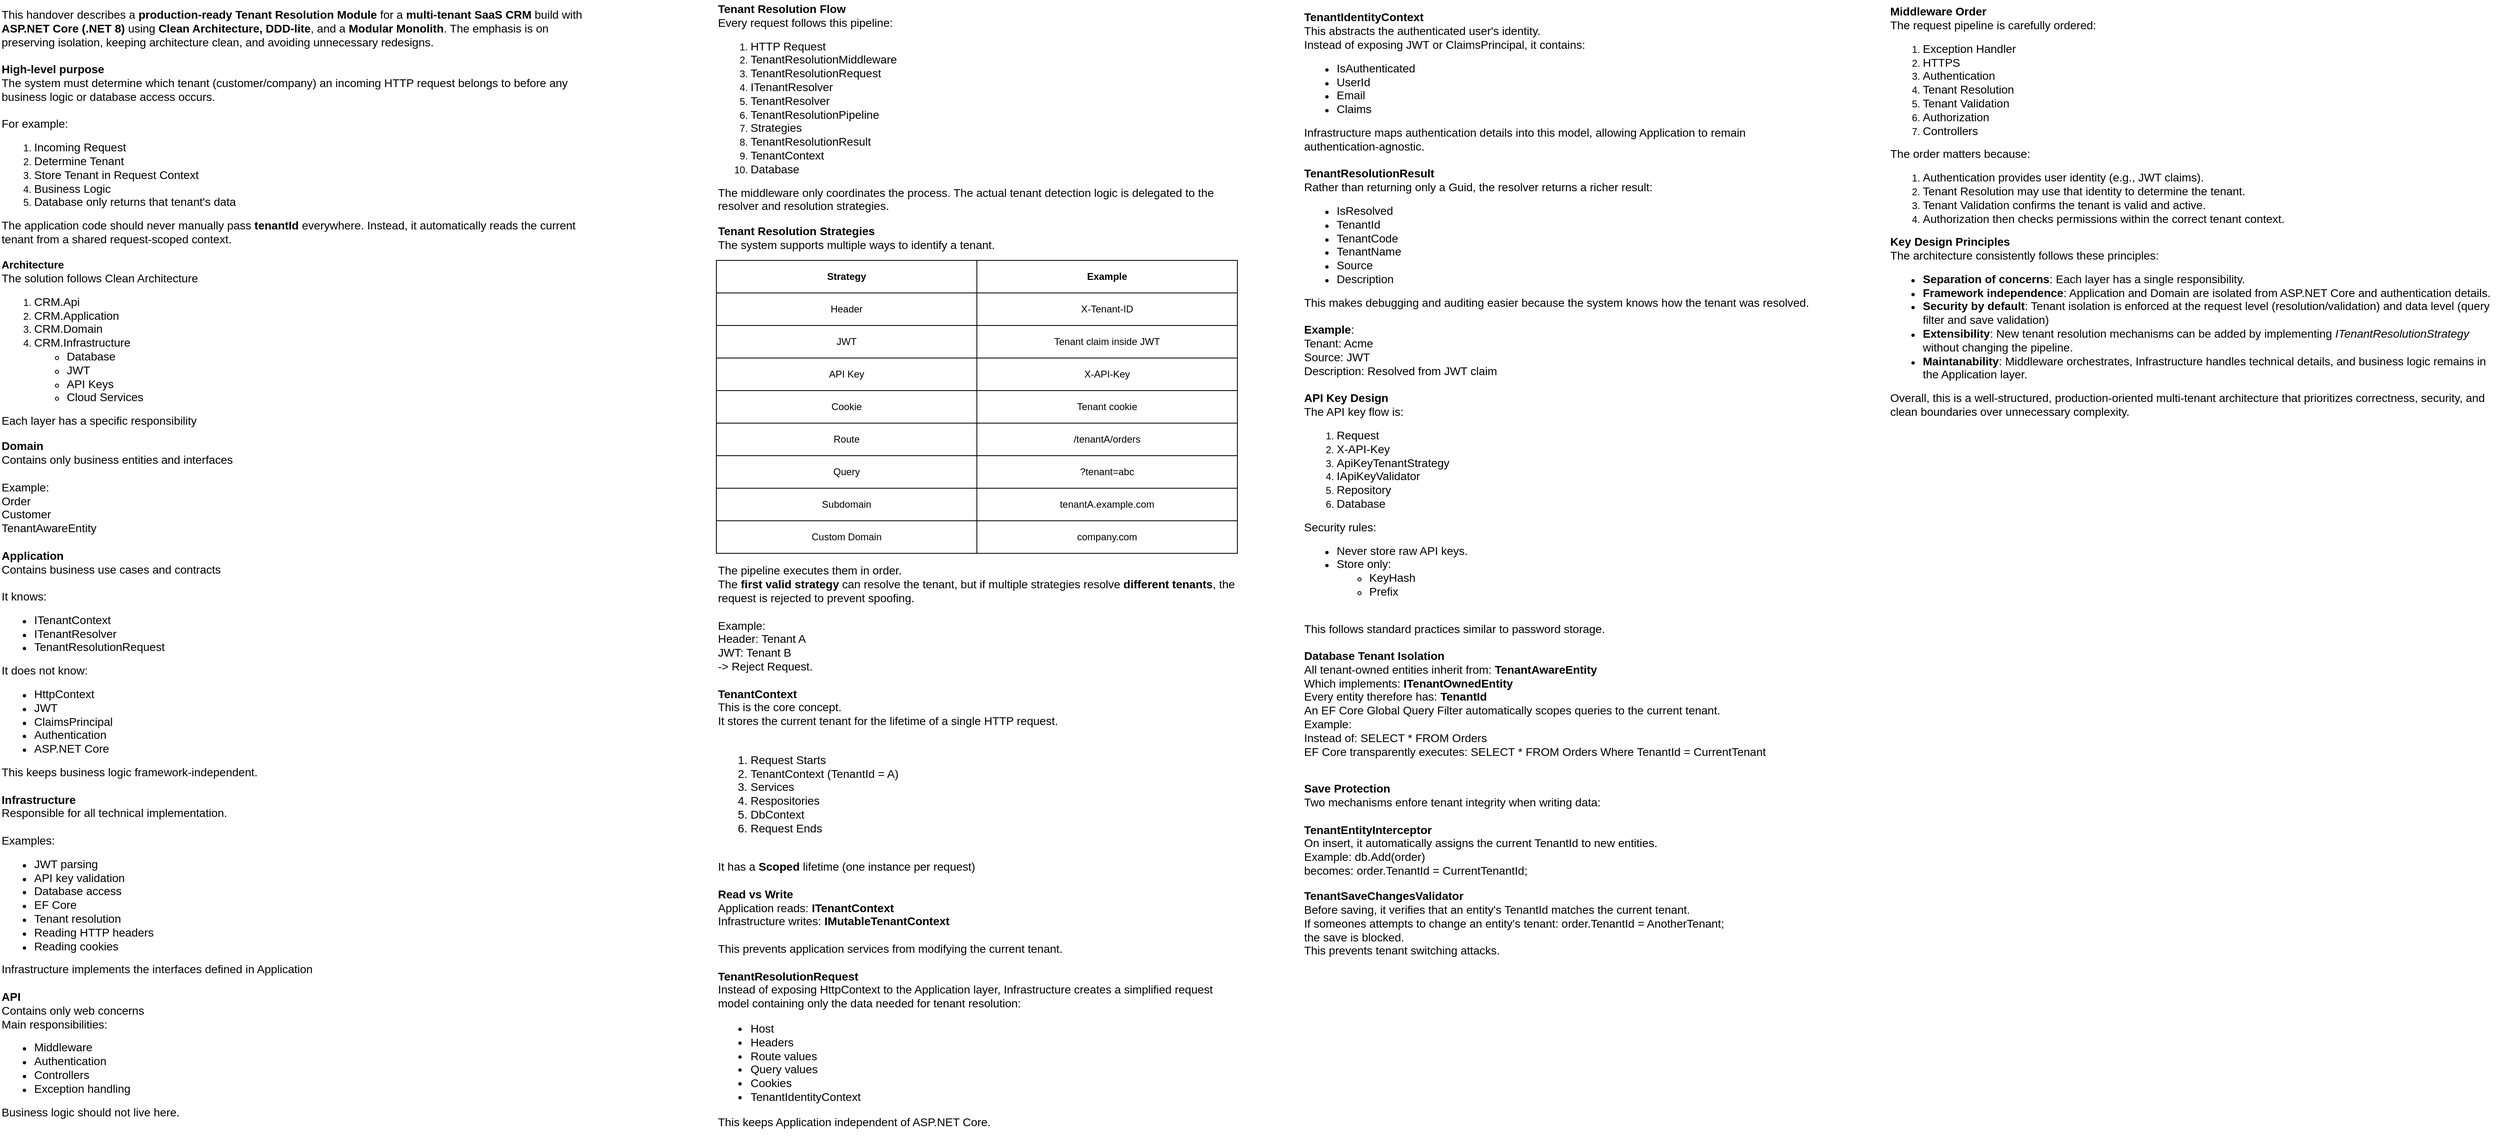
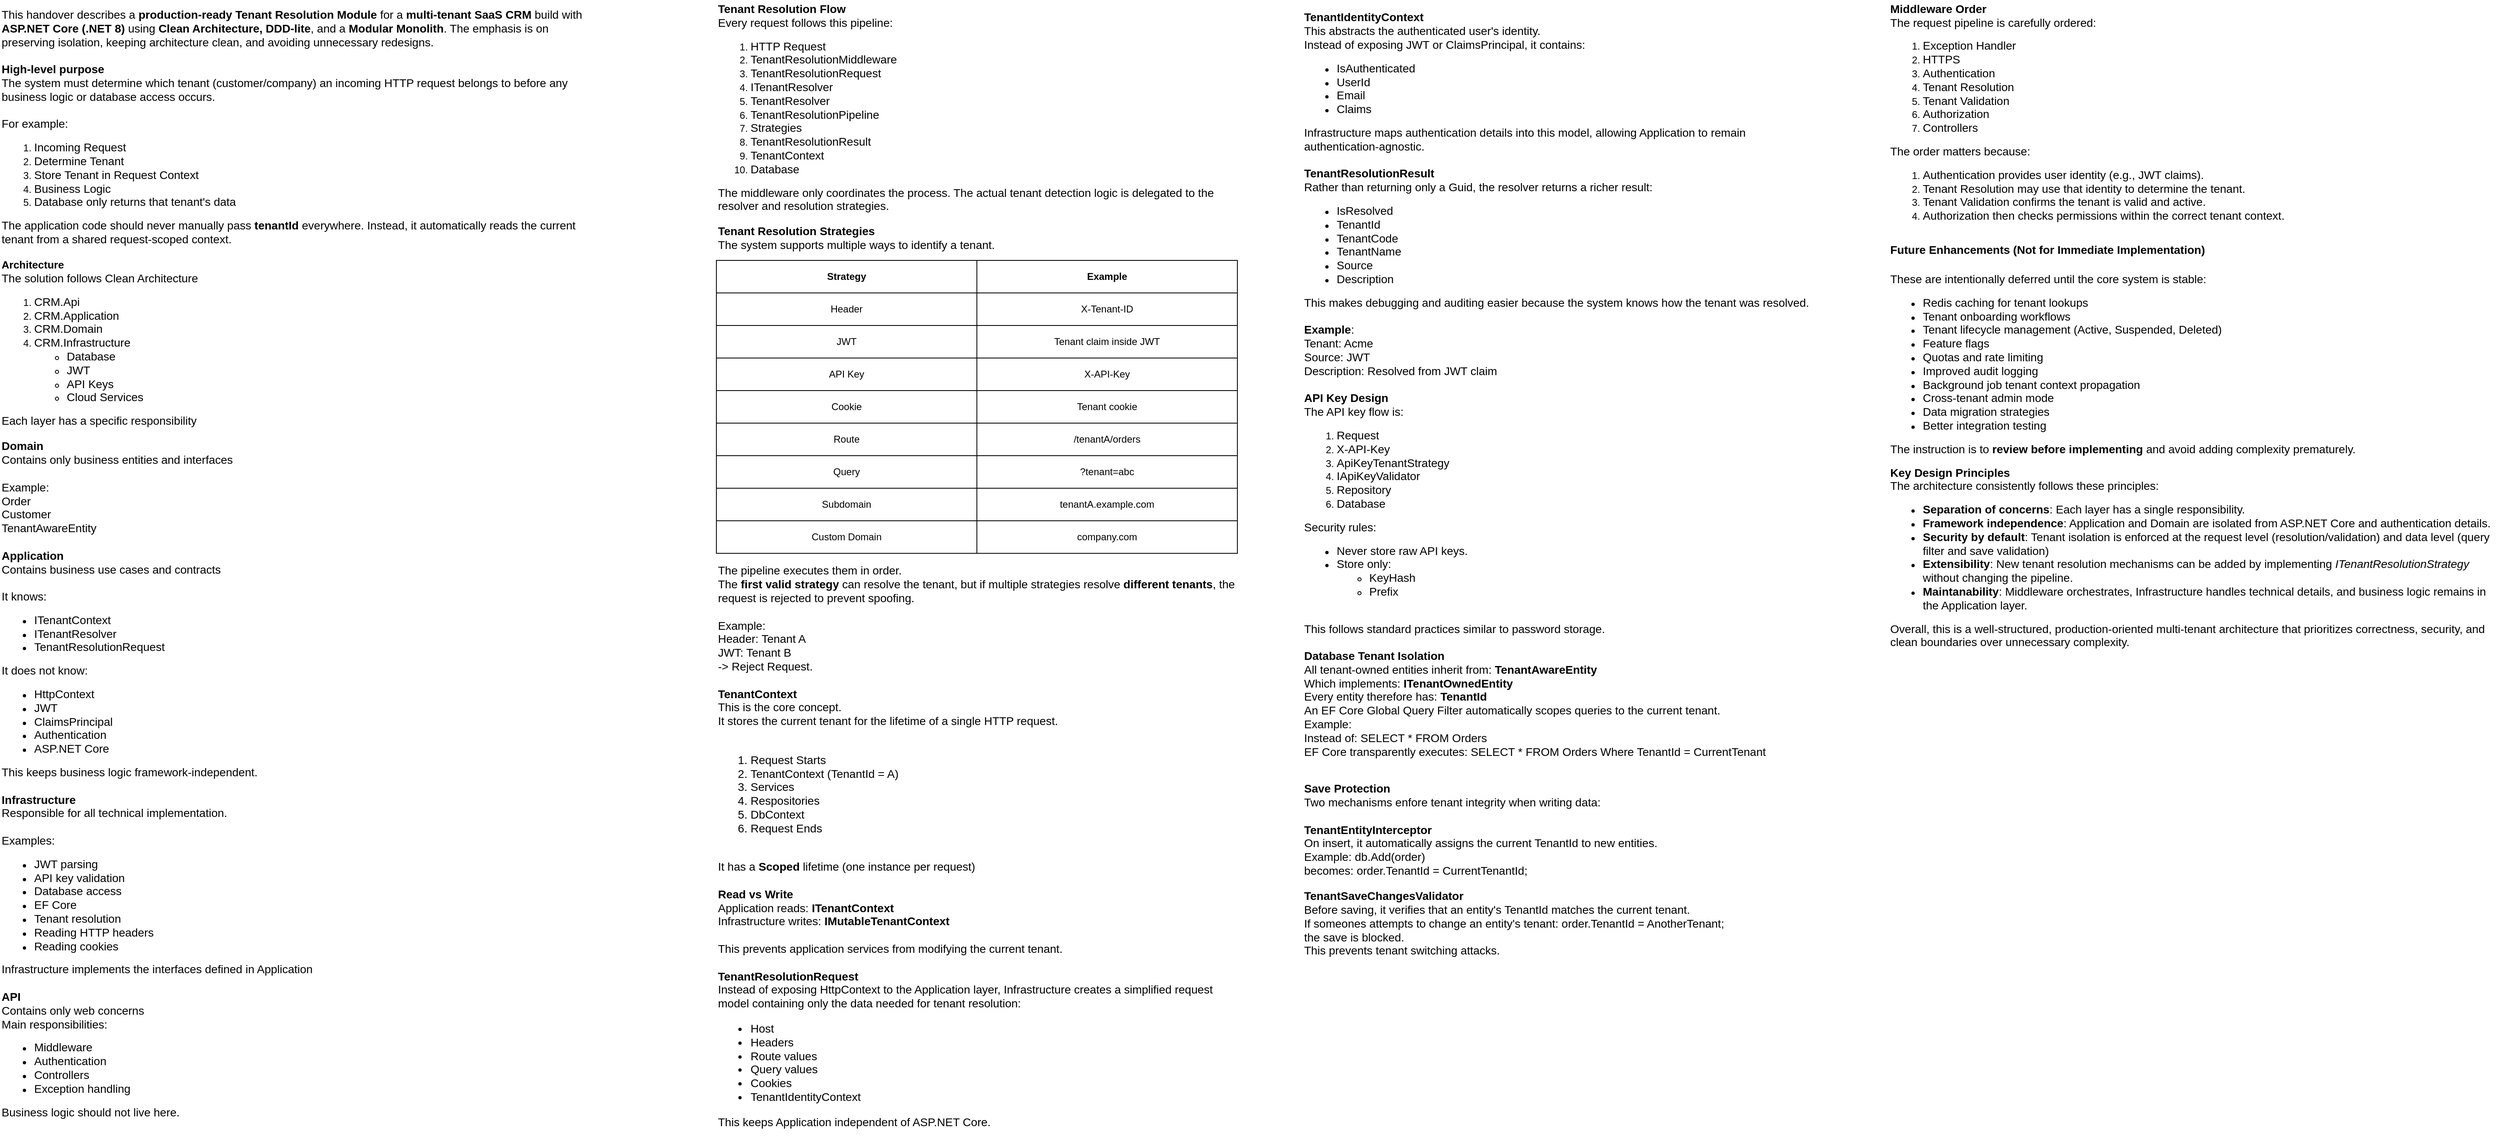
<mxfile host="app.diagrams.net">
  <diagram name="Page-1" id="CElwATwhmrqS2UhVftOB">
    <mxGraphModel dx="2691" dy="700" grid="1" gridSize="10" guides="1" tooltips="1" connect="1" arrows="1" fold="1" page="1" pageScale="1" pageWidth="850" pageHeight="1100" math="0" shadow="0">
      <root>
        <mxCell id="0" />
        <mxCell id="1" parent="0" />
        <mxCell id="dD3OxyqSIHmNCJqEZoo5-2" parent="1" style="text;html=1;whiteSpace=wrap;strokeColor=none;fillColor=none;align=left;verticalAlign=middle;rounded=0;labelPosition=center;verticalLabelPosition=middle;" value="&lt;div&gt;&lt;font style=&quot;font-size: 14px;&quot;&gt;This handover describes a &lt;b&gt;production-ready Tenant Resolution Module&lt;/b&gt; for a &lt;b&gt;multi-tenant SaaS CRM&lt;/b&gt; build with &lt;b&gt;ASP.NET Core (.NET 8)&lt;/b&gt; using &lt;b&gt;Clean Architecture, DDD-lite&lt;/b&gt;, and a &lt;b&gt;Modular Monolith&lt;/b&gt;. The emphasis is on preserving isolation, keeping architecture clean, and avoiding unnecessary redesigns.&lt;/font&gt;&lt;/div&gt;&lt;div&gt;&lt;font style=&quot;font-size: 14px;&quot;&gt;&lt;br&gt;&lt;/font&gt;&lt;/div&gt;&lt;div&gt;&lt;font style=&quot;font-size: 14px;&quot;&gt;&lt;b&gt;High-level purpose&lt;/b&gt;&lt;/font&gt;&lt;/div&gt;&lt;div&gt;&lt;font style=&quot;font-size: 14px;&quot;&gt;The system must determine which tenant (customer/company) an incoming HTTP request belongs to before any business logic or database access occurs.&lt;/font&gt;&lt;/div&gt;&lt;div&gt;&lt;font style=&quot;font-size: 14px;&quot;&gt;&lt;br&gt;&lt;/font&gt;&lt;/div&gt;&lt;div&gt;&lt;font style=&quot;font-size: 14px;&quot;&gt;For example:&lt;/font&gt;&lt;/div&gt;&lt;div&gt;&lt;ol&gt;&lt;li&gt;&lt;font style=&quot;font-size: 14px;&quot;&gt;Incoming Request&lt;/font&gt;&lt;/li&gt;&lt;li&gt;&lt;font style=&quot;font-size: 14px;&quot;&gt;Determine Tenant&amp;nbsp;&lt;/font&gt;&lt;/li&gt;&lt;li&gt;&lt;font style=&quot;font-size: 14px;&quot;&gt;Store Tenant in Request Context&lt;/font&gt;&lt;/li&gt;&lt;li&gt;&lt;font style=&quot;font-size: 14px;&quot;&gt;Business Logic&lt;/font&gt;&lt;/li&gt;&lt;li&gt;&lt;font style=&quot;font-size: 14px;&quot;&gt;Database only returns that tenant&#39;s data&lt;/font&gt;&lt;/li&gt;&lt;/ol&gt;&lt;div&gt;&lt;font style=&quot;font-size: 14px;&quot;&gt;The application code should never manually pass &lt;b&gt;tenantId &lt;/b&gt;everywhere. Instead, it automatically reads the current tenant from a shared request-scoped context.&lt;/font&gt;&lt;/div&gt;&lt;div&gt;&lt;font style=&quot;font-size: 13px;&quot;&gt;&lt;br&gt;&lt;/font&gt;&lt;/div&gt;&lt;div&gt;&lt;font style=&quot;font-size: 13px;&quot;&gt;&lt;b&gt;Architecture&amp;nbsp;&lt;/b&gt;&lt;/font&gt;&lt;/div&gt;&lt;div&gt;&lt;font style=&quot;font-size: 14px;&quot;&gt;The solution follows Clean Architecture&lt;/font&gt;&lt;/div&gt;&lt;div&gt;&lt;ol&gt;&lt;li&gt;&lt;font style=&quot;font-size: 14px;&quot;&gt;CRM.Api&amp;nbsp;&lt;/font&gt;&lt;/li&gt;&lt;li&gt;&lt;font style=&quot;font-size: 14px;&quot;&gt;CRM.Application&lt;/font&gt;&lt;/li&gt;&lt;li&gt;&lt;font style=&quot;font-size: 14px;&quot;&gt;CRM.Domain&lt;/font&gt;&lt;/li&gt;&lt;li&gt;&lt;font style=&quot;font-size: 14px;&quot;&gt;CRM.Infrastructure&lt;/font&gt;&lt;/li&gt;&lt;ul&gt;&lt;li&gt;&lt;font style=&quot;font-size: 14px;&quot;&gt;Database&lt;/font&gt;&lt;/li&gt;&lt;li&gt;&lt;font style=&quot;font-size: 14px;&quot;&gt;JWT&lt;/font&gt;&lt;/li&gt;&lt;li&gt;&lt;font style=&quot;font-size: 14px;&quot;&gt;API Keys&lt;/font&gt;&lt;/li&gt;&lt;li&gt;&lt;font style=&quot;font-size: 14px;&quot;&gt;Cloud Services&lt;/font&gt;&lt;/li&gt;&lt;/ul&gt;&lt;/ol&gt;&lt;div&gt;&lt;font style=&quot;font-size: 14px;&quot;&gt;Each layer has a specific responsibility&lt;/font&gt;&lt;/div&gt;&lt;div&gt;&lt;br&gt;&lt;/div&gt;&lt;div&gt;&lt;font style=&quot;font-size: 14px;&quot;&gt;&lt;b&gt;Domain&amp;nbsp;&lt;/b&gt;&lt;/font&gt;&lt;/div&gt;&lt;div&gt;&lt;font style=&quot;font-size: 14px;&quot;&gt;Contains only business entities and interfaces&lt;/font&gt;&lt;/div&gt;&lt;div&gt;&lt;font style=&quot;font-size: 14px;&quot;&gt;&lt;br&gt;&lt;/font&gt;&lt;/div&gt;&lt;div&gt;&lt;font style=&quot;font-size: 14px;&quot;&gt;Example:&lt;/font&gt;&lt;/div&gt;&lt;div&gt;&lt;font style=&quot;font-size: 14px;&quot;&gt;Order&lt;/font&gt;&lt;/div&gt;&lt;div&gt;&lt;font style=&quot;font-size: 14px;&quot;&gt;Customer&amp;nbsp;&lt;/font&gt;&lt;/div&gt;&lt;div&gt;&lt;font style=&quot;font-size: 14px;&quot;&gt;TenantAwareEntity&lt;/font&gt;&lt;/div&gt;&lt;div&gt;&lt;font style=&quot;font-size: 14px;&quot;&gt;&lt;br&gt;&lt;/font&gt;&lt;/div&gt;&lt;div&gt;&lt;font style=&quot;font-size: 14px;&quot;&gt;&lt;b&gt;Application&lt;/b&gt;&lt;/font&gt;&lt;/div&gt;&lt;div&gt;&lt;font style=&quot;font-size: 14px;&quot;&gt;Contains business use cases and contracts&lt;/font&gt;&lt;/div&gt;&lt;div&gt;&lt;font style=&quot;font-size: 14px;&quot;&gt;&lt;br&gt;&lt;/font&gt;&lt;/div&gt;&lt;div&gt;&lt;font style=&quot;font-size: 14px;&quot;&gt;It knows:&lt;/font&gt;&lt;/div&gt;&lt;div&gt;&lt;ul&gt;&lt;li&gt;&lt;font style=&quot;font-size: 14px;&quot;&gt;ITenantContext&lt;/font&gt;&lt;/li&gt;&lt;li&gt;&lt;font style=&quot;font-size: 14px;&quot;&gt;ITenantResolver&lt;/font&gt;&lt;/li&gt;&lt;li&gt;&lt;font style=&quot;font-size: 14px;&quot;&gt;TenantResolutionRequest&lt;/font&gt;&lt;/li&gt;&lt;/ul&gt;&lt;div&gt;&lt;font style=&quot;font-size: 14px;&quot;&gt;It does not know:&lt;/font&gt;&lt;/div&gt;&lt;div&gt;&lt;ul&gt;&lt;li&gt;&lt;font style=&quot;font-size: 14px;&quot;&gt;HttpContext&lt;/font&gt;&lt;/li&gt;&lt;li&gt;&lt;font style=&quot;font-size: 14px;&quot;&gt;JWT&lt;/font&gt;&lt;/li&gt;&lt;li&gt;&lt;font style=&quot;font-size: 14px;&quot;&gt;ClaimsPrincipal&lt;/font&gt;&lt;/li&gt;&lt;li&gt;&lt;font style=&quot;font-size: 14px;&quot;&gt;Authentication&lt;/font&gt;&lt;/li&gt;&lt;li&gt;&lt;font style=&quot;font-size: 14px;&quot;&gt;ASP.NET Core&lt;/font&gt;&lt;/li&gt;&lt;/ul&gt;&lt;div&gt;&lt;font style=&quot;font-size: 14px;&quot;&gt;This keeps business logic framework-independent.&lt;/font&gt;&lt;/div&gt;&lt;div&gt;&lt;font style=&quot;font-size: 14px;&quot;&gt;&lt;br&gt;&lt;/font&gt;&lt;/div&gt;&lt;div&gt;&lt;font style=&quot;font-size: 14px;&quot;&gt;&lt;b&gt;Infrastructure&lt;/b&gt;&lt;/font&gt;&lt;/div&gt;&lt;div&gt;&lt;font style=&quot;font-size: 14px;&quot;&gt;Responsible for all technical implementation.&lt;/font&gt;&lt;/div&gt;&lt;div&gt;&lt;font style=&quot;font-size: 14px;&quot;&gt;&lt;br&gt;&lt;/font&gt;&lt;/div&gt;&lt;div&gt;&lt;font style=&quot;font-size: 14px;&quot;&gt;Examples:&lt;/font&gt;&lt;/div&gt;&lt;div&gt;&lt;ul&gt;&lt;li&gt;&lt;font style=&quot;font-size: 14px;&quot;&gt;JWT parsing&lt;/font&gt;&lt;/li&gt;&lt;li&gt;&lt;font style=&quot;font-size: 14px;&quot;&gt;API key validation&lt;/font&gt;&lt;/li&gt;&lt;li&gt;&lt;font style=&quot;font-size: 14px;&quot;&gt;Database access&lt;/font&gt;&lt;/li&gt;&lt;li&gt;&lt;font style=&quot;font-size: 14px;&quot;&gt;EF Core&lt;/font&gt;&lt;/li&gt;&lt;li&gt;&lt;font style=&quot;font-size: 14px;&quot;&gt;Tenant resolution&lt;/font&gt;&lt;/li&gt;&lt;li&gt;&lt;font style=&quot;font-size: 14px;&quot;&gt;Reading HTTP headers&lt;/font&gt;&lt;/li&gt;&lt;li&gt;&lt;font style=&quot;font-size: 14px;&quot;&gt;Reading cookies&lt;/font&gt;&lt;/li&gt;&lt;/ul&gt;&lt;div&gt;&lt;font style=&quot;font-size: 14px;&quot;&gt;Infrastructure implements the interfaces defined in Application&lt;/font&gt;&lt;/div&gt;&lt;/div&gt;&lt;/div&gt;&lt;/div&gt;&lt;div&gt;&lt;font style=&quot;font-size: 14px;&quot;&gt;&lt;br&gt;&lt;/font&gt;&lt;/div&gt;&lt;div&gt;&lt;font style=&quot;font-size: 14px;&quot;&gt;&lt;b&gt;API&amp;nbsp;&lt;/b&gt;&lt;/font&gt;&lt;/div&gt;&lt;div&gt;&lt;font style=&quot;font-size: 14px;&quot;&gt;Contains only web concerns&lt;/font&gt;&lt;/div&gt;&lt;div&gt;&lt;font style=&quot;font-size: 14px;&quot;&gt;Main responsibilities:&lt;/font&gt;&lt;/div&gt;&lt;div&gt;&lt;ul&gt;&lt;li&gt;&lt;font style=&quot;font-size: 14px;&quot;&gt;Middleware&amp;nbsp;&lt;/font&gt;&lt;/li&gt;&lt;li&gt;&lt;font style=&quot;font-size: 14px;&quot;&gt;Authentication&lt;/font&gt;&lt;/li&gt;&lt;li&gt;&lt;font style=&quot;font-size: 14px;&quot;&gt;Controllers&lt;/font&gt;&lt;/li&gt;&lt;li&gt;&lt;font style=&quot;font-size: 14px;&quot;&gt;Exception handling&lt;/font&gt;&lt;/li&gt;&lt;/ul&gt;&lt;div&gt;&lt;font style=&quot;font-size: 14px;&quot;&gt;Business logic should not live here.&lt;/font&gt;&lt;/div&gt;&lt;/div&gt;&lt;/div&gt;&lt;/div&gt;&lt;div&gt;&lt;font style=&quot;font-size: 13px;&quot;&gt;&lt;br&gt;&lt;/font&gt;&lt;/div&gt;" vertex="1">
          <mxGeometry height="1400" width="720" x="-520" y="80" as="geometry" />
        </mxCell>
        <mxCell id="dD3OxyqSIHmNCJqEZoo5-5" parent="1" style="text;html=1;whiteSpace=wrap;strokeColor=none;fillColor=none;align=left;verticalAlign=middle;rounded=0;" value="&lt;div&gt;&lt;font style=&quot;font-size: 14px;&quot;&gt;&lt;b&gt;Tenant Resolution Flow&amp;nbsp;&lt;/b&gt;&lt;/font&gt;&lt;/div&gt;&lt;div&gt;&lt;font style=&quot;font-size: 14px;&quot;&gt;Every request follows this pipeline:&lt;/font&gt;&lt;/div&gt;&lt;div&gt;&lt;ol&gt;&lt;li&gt;&lt;font style=&quot;font-size: 14px;&quot;&gt;HTTP Request&lt;/font&gt;&lt;/li&gt;&lt;li&gt;&lt;font style=&quot;font-size: 14px;&quot;&gt;TenantResolutionMiddleware&lt;/font&gt;&lt;/li&gt;&lt;li&gt;&lt;font style=&quot;font-size: 14px;&quot;&gt;TenantResolutionRequest&lt;/font&gt;&lt;/li&gt;&lt;li&gt;&lt;font style=&quot;font-size: 14px;&quot;&gt;ITenantResolver&lt;/font&gt;&lt;/li&gt;&lt;li&gt;&lt;font style=&quot;font-size: 14px;&quot;&gt;TenantResolver&lt;/font&gt;&lt;/li&gt;&lt;li&gt;&lt;font style=&quot;font-size: 14px;&quot;&gt;TenantResolutionPipeline&lt;/font&gt;&lt;/li&gt;&lt;li&gt;&lt;font style=&quot;font-size: 14px;&quot;&gt;Strategies&lt;/font&gt;&lt;/li&gt;&lt;li&gt;&lt;font style=&quot;font-size: 14px;&quot;&gt;TenantResolutionResult&lt;/font&gt;&lt;/li&gt;&lt;li&gt;&lt;font style=&quot;font-size: 14px;&quot;&gt;TenantContext&lt;/font&gt;&lt;/li&gt;&lt;li&gt;&lt;font style=&quot;font-size: 14px;&quot;&gt;Database&lt;/font&gt;&lt;/li&gt;&lt;/ol&gt;&lt;div&gt;&lt;font style=&quot;font-size: 14px;&quot;&gt;The middleware only coordinates the process. The actual tenant detection logic is delegated to the resolver and resolution strategies.&lt;/font&gt;&lt;/div&gt;&lt;div&gt;&lt;br&gt;&lt;/div&gt;&lt;div&gt;&lt;font style=&quot;font-size: 14px;&quot;&gt;&lt;b&gt;Tenant Resolution Strategies&lt;/b&gt;&lt;/font&gt;&lt;/div&gt;&lt;div&gt;&lt;font style=&quot;font-size: 14px;&quot;&gt;The system supports multiple ways to identify a tenant.&lt;/font&gt;&lt;/div&gt;&lt;div&gt;&lt;font style=&quot;font-size: 14px;&quot;&gt;&lt;br&gt;&lt;/font&gt;&lt;/div&gt;&lt;div&gt;&lt;font style=&quot;font-size: 14px;&quot;&gt;&lt;br&gt;&lt;/font&gt;&lt;/div&gt;&lt;div&gt;&lt;br&gt;&lt;/div&gt;&lt;/div&gt;" vertex="1">
          <mxGeometry height="360" width="640" x="360" y="80" as="geometry" />
        </mxCell>
        <mxCell id="J-zNke_tOppB5j2uJXzS-30" parent="1" style="shape=table;startSize=0;container=1;collapsible=0;childLayout=tableLayout;fixedHeader=1;" value="" vertex="1">
          <mxGeometry height="360" width="640" x="360" y="400" as="geometry" />
        </mxCell>
        <mxCell id="J-zNke_tOppB5j2uJXzS-31" parent="J-zNke_tOppB5j2uJXzS-30" style="shape=tableRow;horizontal=0;startSize=0;swimlaneHead=0;swimlaneBody=0;strokeColor=inherit;top=0;left=0;bottom=0;right=0;collapsible=0;dropTarget=0;fillColor=none;points=[[0,0.5],[1,0.5]];portConstraint=eastwest;fixedHeader=1;" value="" vertex="1">
          <mxGeometry height="40" width="640" as="geometry" />
        </mxCell>
        <mxCell id="J-zNke_tOppB5j2uJXzS-32" parent="J-zNke_tOppB5j2uJXzS-31" style="shape=partialRectangle;html=1;whiteSpace=wrap;connectable=0;strokeColor=inherit;overflow=hidden;fillColor=none;top=0;left=0;bottom=0;right=0;pointerEvents=1;" value="&lt;b&gt;Strategy&lt;/b&gt;" vertex="1">
          <mxGeometry height="40" width="320" as="geometry">
            <mxRectangle height="40" width="320" as="alternateBounds" />
          </mxGeometry>
        </mxCell>
        <mxCell id="J-zNke_tOppB5j2uJXzS-33" parent="J-zNke_tOppB5j2uJXzS-31" style="shape=partialRectangle;html=1;whiteSpace=wrap;connectable=0;strokeColor=inherit;overflow=hidden;fillColor=none;top=0;left=0;bottom=0;right=0;pointerEvents=1;" value="&lt;b&gt;Example&lt;/b&gt;" vertex="1">
          <mxGeometry height="40" width="320" x="320" as="geometry">
            <mxRectangle height="40" width="320" as="alternateBounds" />
          </mxGeometry>
        </mxCell>
        <mxCell id="J-zNke_tOppB5j2uJXzS-34" parent="J-zNke_tOppB5j2uJXzS-30" style="shape=tableRow;horizontal=0;startSize=0;swimlaneHead=0;swimlaneBody=0;strokeColor=inherit;top=0;left=0;bottom=0;right=0;collapsible=0;dropTarget=0;fillColor=none;points=[[0,0.5],[1,0.5]];portConstraint=eastwest;fixedHeader=1;" value="" vertex="1">
          <mxGeometry height="40" width="640" y="40" as="geometry" />
        </mxCell>
        <mxCell id="J-zNke_tOppB5j2uJXzS-35" parent="J-zNke_tOppB5j2uJXzS-34" style="shape=partialRectangle;html=1;whiteSpace=wrap;connectable=0;strokeColor=inherit;overflow=hidden;fillColor=none;top=0;left=0;bottom=0;right=0;pointerEvents=1;" value="Header" vertex="1">
          <mxGeometry height="40" width="320" as="geometry">
            <mxRectangle height="40" width="320" as="alternateBounds" />
          </mxGeometry>
        </mxCell>
        <mxCell id="J-zNke_tOppB5j2uJXzS-36" parent="J-zNke_tOppB5j2uJXzS-34" style="shape=partialRectangle;html=1;whiteSpace=wrap;connectable=0;strokeColor=inherit;overflow=hidden;fillColor=none;top=0;left=0;bottom=0;right=0;pointerEvents=1;" value="X-Tenant-ID" vertex="1">
          <mxGeometry height="40" width="320" x="320" as="geometry">
            <mxRectangle height="40" width="320" as="alternateBounds" />
          </mxGeometry>
        </mxCell>
        <mxCell id="J-zNke_tOppB5j2uJXzS-37" parent="J-zNke_tOppB5j2uJXzS-30" style="shape=tableRow;horizontal=0;startSize=0;swimlaneHead=0;swimlaneBody=0;strokeColor=inherit;top=0;left=0;bottom=0;right=0;collapsible=0;dropTarget=0;fillColor=none;points=[[0,0.5],[1,0.5]];portConstraint=eastwest;fixedHeader=1;" value="" vertex="1">
          <mxGeometry height="40" width="640" y="80" as="geometry" />
        </mxCell>
        <mxCell id="J-zNke_tOppB5j2uJXzS-38" parent="J-zNke_tOppB5j2uJXzS-37" style="shape=partialRectangle;html=1;whiteSpace=wrap;connectable=0;strokeColor=inherit;overflow=hidden;fillColor=none;top=0;left=0;bottom=0;right=0;pointerEvents=1;" value="JWT" vertex="1">
          <mxGeometry height="40" width="320" as="geometry">
            <mxRectangle height="40" width="320" as="alternateBounds" />
          </mxGeometry>
        </mxCell>
        <mxCell id="J-zNke_tOppB5j2uJXzS-39" parent="J-zNke_tOppB5j2uJXzS-37" style="shape=partialRectangle;html=1;whiteSpace=wrap;connectable=0;strokeColor=inherit;overflow=hidden;fillColor=none;top=0;left=0;bottom=0;right=0;pointerEvents=1;" value="Tenant claim inside JWT" vertex="1">
          <mxGeometry height="40" width="320" x="320" as="geometry">
            <mxRectangle height="40" width="320" as="alternateBounds" />
          </mxGeometry>
        </mxCell>
        <mxCell id="J-zNke_tOppB5j2uJXzS-40" parent="J-zNke_tOppB5j2uJXzS-30" style="shape=tableRow;horizontal=0;startSize=0;swimlaneHead=0;swimlaneBody=0;strokeColor=inherit;top=0;left=0;bottom=0;right=0;collapsible=0;dropTarget=0;fillColor=none;points=[[0,0.5],[1,0.5]];portConstraint=eastwest;fixedHeader=1;" value="" vertex="1">
          <mxGeometry height="40" width="640" y="120" as="geometry" />
        </mxCell>
        <mxCell id="J-zNke_tOppB5j2uJXzS-41" parent="J-zNke_tOppB5j2uJXzS-40" style="shape=partialRectangle;html=1;whiteSpace=wrap;connectable=0;strokeColor=inherit;overflow=hidden;fillColor=none;top=0;left=0;bottom=0;right=0;pointerEvents=1;" value="API Key" vertex="1">
          <mxGeometry height="40" width="320" as="geometry">
            <mxRectangle height="40" width="320" as="alternateBounds" />
          </mxGeometry>
        </mxCell>
        <mxCell id="J-zNke_tOppB5j2uJXzS-42" parent="J-zNke_tOppB5j2uJXzS-40" style="shape=partialRectangle;html=1;whiteSpace=wrap;connectable=0;strokeColor=inherit;overflow=hidden;fillColor=none;top=0;left=0;bottom=0;right=0;pointerEvents=1;" value="X-API-Key" vertex="1">
          <mxGeometry height="40" width="320" x="320" as="geometry">
            <mxRectangle height="40" width="320" as="alternateBounds" />
          </mxGeometry>
        </mxCell>
        <mxCell id="J-zNke_tOppB5j2uJXzS-43" parent="J-zNke_tOppB5j2uJXzS-30" style="shape=tableRow;horizontal=0;startSize=0;swimlaneHead=0;swimlaneBody=0;strokeColor=inherit;top=0;left=0;bottom=0;right=0;collapsible=0;dropTarget=0;fillColor=none;points=[[0,0.5],[1,0.5]];portConstraint=eastwest;fixedHeader=1;" value="" vertex="1">
          <mxGeometry height="40" width="640" y="160" as="geometry" />
        </mxCell>
        <mxCell id="J-zNke_tOppB5j2uJXzS-44" parent="J-zNke_tOppB5j2uJXzS-43" style="shape=partialRectangle;html=1;whiteSpace=wrap;connectable=0;strokeColor=inherit;overflow=hidden;fillColor=none;top=0;left=0;bottom=0;right=0;pointerEvents=1;" value="Cookie" vertex="1">
          <mxGeometry height="40" width="320" as="geometry">
            <mxRectangle height="40" width="320" as="alternateBounds" />
          </mxGeometry>
        </mxCell>
        <mxCell id="J-zNke_tOppB5j2uJXzS-45" parent="J-zNke_tOppB5j2uJXzS-43" style="shape=partialRectangle;html=1;whiteSpace=wrap;connectable=0;strokeColor=inherit;overflow=hidden;fillColor=none;top=0;left=0;bottom=0;right=0;pointerEvents=1;" value="Tenant cookie" vertex="1">
          <mxGeometry height="40" width="320" x="320" as="geometry">
            <mxRectangle height="40" width="320" as="alternateBounds" />
          </mxGeometry>
        </mxCell>
        <mxCell id="J-zNke_tOppB5j2uJXzS-46" parent="J-zNke_tOppB5j2uJXzS-30" style="shape=tableRow;horizontal=0;startSize=0;swimlaneHead=0;swimlaneBody=0;strokeColor=inherit;top=0;left=0;bottom=0;right=0;collapsible=0;dropTarget=0;fillColor=none;points=[[0,0.5],[1,0.5]];portConstraint=eastwest;fixedHeader=1;" value="" vertex="1">
          <mxGeometry height="40" width="640" y="200" as="geometry" />
        </mxCell>
        <mxCell id="J-zNke_tOppB5j2uJXzS-47" parent="J-zNke_tOppB5j2uJXzS-46" style="shape=partialRectangle;html=1;whiteSpace=wrap;connectable=0;strokeColor=inherit;overflow=hidden;fillColor=none;top=0;left=0;bottom=0;right=0;pointerEvents=1;" value="Route" vertex="1">
          <mxGeometry height="40" width="320" as="geometry">
            <mxRectangle height="40" width="320" as="alternateBounds" />
          </mxGeometry>
        </mxCell>
        <mxCell id="J-zNke_tOppB5j2uJXzS-48" parent="J-zNke_tOppB5j2uJXzS-46" style="shape=partialRectangle;html=1;whiteSpace=wrap;connectable=0;strokeColor=inherit;overflow=hidden;fillColor=none;top=0;left=0;bottom=0;right=0;pointerEvents=1;" value="/tenantA/orders" vertex="1">
          <mxGeometry height="40" width="320" x="320" as="geometry">
            <mxRectangle height="40" width="320" as="alternateBounds" />
          </mxGeometry>
        </mxCell>
        <mxCell id="J-zNke_tOppB5j2uJXzS-49" parent="J-zNke_tOppB5j2uJXzS-30" style="shape=tableRow;horizontal=0;startSize=0;swimlaneHead=0;swimlaneBody=0;strokeColor=inherit;top=0;left=0;bottom=0;right=0;collapsible=0;dropTarget=0;fillColor=none;points=[[0,0.5],[1,0.5]];portConstraint=eastwest;fixedHeader=1;" value="" vertex="1">
          <mxGeometry height="40" width="640" y="240" as="geometry" />
        </mxCell>
        <mxCell id="J-zNke_tOppB5j2uJXzS-50" parent="J-zNke_tOppB5j2uJXzS-49" style="shape=partialRectangle;html=1;whiteSpace=wrap;connectable=0;strokeColor=inherit;overflow=hidden;fillColor=none;top=0;left=0;bottom=0;right=0;pointerEvents=1;" value="Query" vertex="1">
          <mxGeometry height="40" width="320" as="geometry">
            <mxRectangle height="40" width="320" as="alternateBounds" />
          </mxGeometry>
        </mxCell>
        <mxCell id="J-zNke_tOppB5j2uJXzS-51" parent="J-zNke_tOppB5j2uJXzS-49" style="shape=partialRectangle;html=1;whiteSpace=wrap;connectable=0;strokeColor=inherit;overflow=hidden;fillColor=none;top=0;left=0;bottom=0;right=0;pointerEvents=1;" value="?tenant=abc" vertex="1">
          <mxGeometry height="40" width="320" x="320" as="geometry">
            <mxRectangle height="40" width="320" as="alternateBounds" />
          </mxGeometry>
        </mxCell>
        <mxCell id="J-zNke_tOppB5j2uJXzS-52" parent="J-zNke_tOppB5j2uJXzS-30" style="shape=tableRow;horizontal=0;startSize=0;swimlaneHead=0;swimlaneBody=0;strokeColor=inherit;top=0;left=0;bottom=0;right=0;collapsible=0;dropTarget=0;fillColor=none;points=[[0,0.5],[1,0.5]];portConstraint=eastwest;fixedHeader=1;" value="" vertex="1">
          <mxGeometry height="40" width="640" y="280" as="geometry" />
        </mxCell>
        <mxCell id="J-zNke_tOppB5j2uJXzS-53" parent="J-zNke_tOppB5j2uJXzS-52" style="shape=partialRectangle;html=1;whiteSpace=wrap;connectable=0;strokeColor=inherit;overflow=hidden;fillColor=none;top=0;left=0;bottom=0;right=0;pointerEvents=1;" value="Subdomain" vertex="1">
          <mxGeometry height="40" width="320" as="geometry">
            <mxRectangle height="40" width="320" as="alternateBounds" />
          </mxGeometry>
        </mxCell>
        <mxCell id="J-zNke_tOppB5j2uJXzS-54" parent="J-zNke_tOppB5j2uJXzS-52" style="shape=partialRectangle;html=1;whiteSpace=wrap;connectable=0;strokeColor=inherit;overflow=hidden;fillColor=none;top=0;left=0;bottom=0;right=0;pointerEvents=1;" value="tenantA.example.com" vertex="1">
          <mxGeometry height="40" width="320" x="320" as="geometry">
            <mxRectangle height="40" width="320" as="alternateBounds" />
          </mxGeometry>
        </mxCell>
        <mxCell id="J-zNke_tOppB5j2uJXzS-55" parent="J-zNke_tOppB5j2uJXzS-30" style="shape=tableRow;horizontal=0;startSize=0;swimlaneHead=0;swimlaneBody=0;strokeColor=inherit;top=0;left=0;bottom=0;right=0;collapsible=0;dropTarget=0;fillColor=none;points=[[0,0.5],[1,0.5]];portConstraint=eastwest;fixedHeader=1;" value="" vertex="1">
          <mxGeometry height="40" width="640" y="320" as="geometry" />
        </mxCell>
        <mxCell id="J-zNke_tOppB5j2uJXzS-56" parent="J-zNke_tOppB5j2uJXzS-55" style="shape=partialRectangle;html=1;whiteSpace=wrap;connectable=0;strokeColor=inherit;overflow=hidden;fillColor=none;top=0;left=0;bottom=0;right=0;pointerEvents=1;" value="Custom Domain" vertex="1">
          <mxGeometry height="40" width="320" as="geometry">
            <mxRectangle height="40" width="320" as="alternateBounds" />
          </mxGeometry>
        </mxCell>
        <mxCell id="J-zNke_tOppB5j2uJXzS-57" parent="J-zNke_tOppB5j2uJXzS-55" style="shape=partialRectangle;html=1;whiteSpace=wrap;connectable=0;strokeColor=inherit;overflow=hidden;fillColor=none;top=0;left=0;bottom=0;right=0;pointerEvents=1;" value="company.com" vertex="1">
          <mxGeometry height="40" width="320" x="320" as="geometry">
            <mxRectangle height="40" width="320" as="alternateBounds" />
          </mxGeometry>
        </mxCell>
        <mxCell id="J-zNke_tOppB5j2uJXzS-58" parent="1" style="text;html=1;whiteSpace=wrap;strokeColor=none;fillColor=none;align=left;verticalAlign=middle;rounded=0;fontSize=14;" value="&lt;div&gt;&lt;font&gt;The pipeline executes them in order.&lt;/font&gt;&lt;/div&gt;&lt;div&gt;&lt;font&gt;The &lt;b&gt;first valid strategy&lt;/b&gt; can resolve the tenant, but if multiple strategies resolve &lt;b&gt;different tenants&lt;/b&gt;, the request is rejected to prevent spoofing.&lt;/font&gt;&lt;/div&gt;&lt;div&gt;&lt;font&gt;&lt;br&gt;&lt;/font&gt;&lt;/div&gt;&lt;div&gt;&lt;font&gt;Example:&lt;/font&gt;&lt;/div&gt;&lt;div&gt;&lt;font&gt;Header: Tenant A&lt;/font&gt;&lt;/div&gt;&lt;div&gt;&lt;font&gt;JWT: Tenant B&lt;/font&gt;&lt;/div&gt;&lt;div&gt;&lt;font&gt;-&amp;gt; Reject Request.&lt;/font&gt;&lt;/div&gt;&lt;div&gt;&lt;font&gt;&lt;br&gt;&lt;/font&gt;&lt;/div&gt;&lt;div&gt;&lt;font&gt;&lt;b&gt;TenantContext&lt;/b&gt;&lt;/font&gt;&lt;/div&gt;&lt;div&gt;&lt;font&gt;This is the core concept.&lt;/font&gt;&lt;/div&gt;&lt;div&gt;&lt;font&gt;It stores the current tenant for the lifetime of a single HTTP request.&lt;/font&gt;&lt;/div&gt;&lt;div&gt;&lt;font&gt;&lt;br&gt;&lt;/font&gt;&lt;/div&gt;&lt;div&gt;&lt;ol&gt;&lt;li&gt;&lt;font&gt;Request Starts&lt;/font&gt;&lt;/li&gt;&lt;li&gt;&lt;font&gt;TenantContext (TenantId = A)&lt;/font&gt;&lt;/li&gt;&lt;li&gt;&lt;font&gt;Services&lt;/font&gt;&lt;/li&gt;&lt;li&gt;&lt;font&gt;Respositories&lt;/font&gt;&lt;/li&gt;&lt;li&gt;&lt;font&gt;DbContext&lt;/font&gt;&lt;/li&gt;&lt;li&gt;&lt;font&gt;Request Ends&lt;/font&gt;&lt;/li&gt;&lt;/ol&gt;&lt;/div&gt;&lt;div&gt;&lt;font&gt;&lt;br&gt;&lt;/font&gt;&lt;/div&gt;&lt;div&gt;&lt;font&gt;It has a &lt;b&gt;Scoped &lt;/b&gt;lifetime (one instance per request)&lt;/font&gt;&lt;/div&gt;&lt;div&gt;&lt;font&gt;&lt;br&gt;&lt;/font&gt;&lt;/div&gt;&lt;div&gt;&lt;font&gt;&lt;b&gt;Read vs Write&lt;/b&gt;&amp;nbsp;&lt;/font&gt;&lt;/div&gt;&lt;div&gt;&lt;font&gt;Application reads: &lt;b&gt;ITenantContext&lt;/b&gt;&lt;/font&gt;&lt;/div&gt;&lt;div&gt;&lt;font&gt;Infrastructure writes: &lt;b&gt;IMutableTenantContext&lt;/b&gt;&lt;/font&gt;&lt;/div&gt;&lt;div&gt;&lt;font&gt;&lt;br&gt;&lt;/font&gt;&lt;/div&gt;&lt;div&gt;&lt;font&gt;This prevents application services from modifying the current tenant.&lt;/font&gt;&lt;/div&gt;&lt;div&gt;&lt;font&gt;&lt;br&gt;&lt;/font&gt;&lt;/div&gt;&lt;div&gt;&lt;font&gt;&lt;b&gt;TenantResolutionRequest&lt;/b&gt;&lt;/font&gt;&lt;/div&gt;&lt;div&gt;&lt;font&gt;Instead of exposing HttpContext to the Application layer, Infrastructure creates a simplified request model containing only the data needed for tenant resolution:&lt;/font&gt;&lt;/div&gt;&lt;div&gt;&lt;ul&gt;&lt;li&gt;Host&lt;/li&gt;&lt;li&gt;Headers&amp;nbsp;&lt;/li&gt;&lt;li&gt;Route values&lt;/li&gt;&lt;li&gt;Query values&lt;/li&gt;&lt;li&gt;Cookies&lt;/li&gt;&lt;li&gt;TenantIdentityContext&lt;/li&gt;&lt;/ul&gt;&lt;div&gt;This keeps Application independent of ASP.NET Core.&lt;/div&gt;&lt;/div&gt;" vertex="1">
          <mxGeometry height="720" width="640" x="360" y="760" as="geometry" />
        </mxCell>
        <mxCell id="J-zNke_tOppB5j2uJXzS-60" parent="1" style="text;html=1;whiteSpace=wrap;strokeColor=none;fillColor=none;align=left;verticalAlign=middle;rounded=0;" value="&lt;div&gt;&lt;font style=&quot;font-size: 14px;&quot;&gt;&lt;b&gt;TenantIdentityContext&lt;/b&gt;&lt;/font&gt;&lt;/div&gt;&lt;div&gt;&lt;font style=&quot;font-size: 14px;&quot;&gt;This abstracts the authenticated user&#39;s identity.&lt;/font&gt;&lt;/div&gt;&lt;div&gt;&lt;font style=&quot;font-size: 14px;&quot;&gt;Instead of exposing JWT or ClaimsPrincipal, it contains:&lt;/font&gt;&lt;/div&gt;&lt;div&gt;&lt;ul&gt;&lt;li&gt;&lt;font style=&quot;font-size: 14px;&quot;&gt;IsAuthenticated&amp;nbsp;&lt;/font&gt;&lt;/li&gt;&lt;li&gt;&lt;font style=&quot;font-size: 14px;&quot;&gt;UserId&lt;/font&gt;&lt;/li&gt;&lt;li&gt;&lt;font style=&quot;font-size: 14px;&quot;&gt;Email&lt;/font&gt;&lt;/li&gt;&lt;li&gt;&lt;font style=&quot;font-size: 14px;&quot;&gt;Claims&lt;/font&gt;&lt;/li&gt;&lt;/ul&gt;&lt;div&gt;&lt;font style=&quot;font-size: 14px;&quot;&gt;Infrastructure maps authentication details into this model, allowing Application to remain authentication-agnostic.&lt;/font&gt;&lt;/div&gt;&lt;div&gt;&lt;font style=&quot;font-size: 14px;&quot;&gt;&lt;br&gt;&lt;/font&gt;&lt;/div&gt;&lt;div&gt;&lt;font style=&quot;font-size: 14px;&quot;&gt;&lt;b&gt;TenantResolutionResult&lt;/b&gt;&lt;/font&gt;&lt;/div&gt;&lt;div&gt;&lt;font style=&quot;font-size: 14px;&quot;&gt;Rather than returning only a Guid, the resolver returns a richer result:&lt;/font&gt;&lt;/div&gt;&lt;div&gt;&lt;ul&gt;&lt;li&gt;&lt;font style=&quot;font-size: 14px;&quot;&gt;IsResolved&lt;/font&gt;&lt;/li&gt;&lt;li&gt;&lt;font style=&quot;font-size: 14px;&quot;&gt;TenantId&lt;/font&gt;&lt;/li&gt;&lt;li&gt;&lt;font style=&quot;font-size: 14px;&quot;&gt;TenantCode&lt;/font&gt;&lt;/li&gt;&lt;li&gt;&lt;font style=&quot;font-size: 14px;&quot;&gt;TenantName&lt;/font&gt;&lt;/li&gt;&lt;li&gt;&lt;font style=&quot;font-size: 14px;&quot;&gt;Source&lt;/font&gt;&lt;/li&gt;&lt;li&gt;&lt;font style=&quot;font-size: 14px;&quot;&gt;Description&lt;/font&gt;&lt;/li&gt;&lt;/ul&gt;&lt;div&gt;&lt;font style=&quot;font-size: 14px;&quot;&gt;This makes debugging and auditing easier because the system knows how the tenant was resolved.&lt;/font&gt;&lt;/div&gt;&lt;div&gt;&lt;font style=&quot;font-size: 14px;&quot;&gt;&lt;br&gt;&lt;/font&gt;&lt;/div&gt;&lt;div&gt;&lt;font style=&quot;font-size: 14px;&quot;&gt;&lt;b&gt;Example&lt;/b&gt;:&lt;/font&gt;&lt;/div&gt;&lt;div&gt;&lt;font style=&quot;font-size: 14px;&quot;&gt;Tenant: Acme&amp;nbsp;&lt;/font&gt;&lt;/div&gt;&lt;div&gt;&lt;font style=&quot;font-size: 14px;&quot;&gt;Source: JWT&lt;/font&gt;&lt;/div&gt;&lt;div&gt;&lt;font style=&quot;font-size: 14px;&quot;&gt;Description: Resolved from JWT claim&lt;/font&gt;&lt;/div&gt;&lt;div&gt;&lt;font style=&quot;font-size: 14px;&quot;&gt;&lt;br&gt;&lt;/font&gt;&lt;/div&gt;&lt;div&gt;&lt;font style=&quot;font-size: 14px;&quot;&gt;&lt;b&gt;API Key Design&lt;/b&gt;&lt;/font&gt;&lt;/div&gt;&lt;div&gt;&lt;font style=&quot;font-size: 14px;&quot;&gt;The API key flow is:&lt;/font&gt;&lt;/div&gt;&lt;div&gt;&lt;ol&gt;&lt;li&gt;&lt;font style=&quot;font-size: 14px;&quot;&gt;Request&lt;/font&gt;&lt;/li&gt;&lt;li&gt;&lt;font style=&quot;font-size: 14px;&quot;&gt;X-API-Key&lt;/font&gt;&lt;/li&gt;&lt;li&gt;&lt;font style=&quot;font-size: 14px;&quot;&gt;ApiKeyTenantStrategy&lt;/font&gt;&lt;/li&gt;&lt;li&gt;&lt;font style=&quot;font-size: 14px;&quot;&gt;IApiKeyValidator&lt;/font&gt;&lt;/li&gt;&lt;li&gt;&lt;font style=&quot;font-size: 14px;&quot;&gt;Repository&lt;/font&gt;&lt;/li&gt;&lt;li&gt;&lt;font style=&quot;font-size: 14px;&quot;&gt;Database&lt;/font&gt;&lt;/li&gt;&lt;/ol&gt;&lt;div&gt;&lt;font style=&quot;font-size: 14px;&quot;&gt;Security rules:&lt;/font&gt;&lt;/div&gt;&lt;div&gt;&lt;ul&gt;&lt;li&gt;&lt;font style=&quot;font-size: 14px;&quot;&gt;Never store raw API keys.&lt;/font&gt;&lt;/li&gt;&lt;li&gt;&lt;font style=&quot;font-size: 14px;&quot;&gt;Store only:&lt;/font&gt;&lt;/li&gt;&lt;ul&gt;&lt;li&gt;&lt;font style=&quot;font-size: 14px;&quot;&gt;KeyHash&lt;/font&gt;&lt;/li&gt;&lt;li&gt;&lt;font style=&quot;font-size: 14px;&quot;&gt;Prefix&lt;/font&gt;&lt;/li&gt;&lt;/ul&gt;&lt;/ul&gt;&lt;/div&gt;&lt;div&gt;&lt;font style=&quot;font-size: 14px;&quot;&gt;&lt;br&gt;&lt;/font&gt;&lt;/div&gt;&lt;div&gt;&lt;font style=&quot;font-size: 14px;&quot;&gt;This follows standard practices similar to password storage.&lt;/font&gt;&lt;/div&gt;&lt;div&gt;&lt;font style=&quot;font-size: 14px;&quot;&gt;&lt;br&gt;&lt;/font&gt;&lt;/div&gt;&lt;div&gt;&lt;font style=&quot;font-size: 14px;&quot;&gt;&lt;b&gt;Database Tenant Isolation&lt;/b&gt;&lt;/font&gt;&lt;/div&gt;&lt;div&gt;&lt;font style=&quot;font-size: 14px;&quot;&gt;All tenant-owned entities inherit from: &lt;b&gt;TenantAwareEntity&lt;/b&gt;&lt;/font&gt;&lt;/div&gt;&lt;div&gt;&lt;font style=&quot;font-size: 14px;&quot;&gt;Which implements: &lt;b&gt;ITenantOwnedEntity&lt;/b&gt;&lt;/font&gt;&lt;/div&gt;&lt;div&gt;&lt;font style=&quot;font-size: 14px;&quot;&gt;Every entity therefore has: &lt;b&gt;TenantId&lt;/b&gt;&lt;/font&gt;&lt;/div&gt;&lt;div&gt;&lt;font style=&quot;font-size: 14px;&quot;&gt;An EF Core Global Query Filter automatically scopes queries to the current tenant.&lt;/font&gt;&lt;/div&gt;&lt;div&gt;&lt;font style=&quot;font-size: 14px;&quot;&gt;Example:&amp;nbsp;&lt;/font&gt;&lt;/div&gt;&lt;div&gt;&lt;font style=&quot;font-size: 14px;&quot;&gt;Instead of: SELECT * FROM Orders&amp;nbsp;&lt;/font&gt;&lt;/div&gt;&lt;div&gt;&lt;font style=&quot;font-size: 14px;&quot;&gt;EF Core transparently executes: SELECT * FROM Orders Where TenantId = CurrentTenant&lt;/font&gt;&lt;/div&gt;&lt;div&gt;&lt;br&gt;&lt;/div&gt;&lt;div&gt;&lt;br&gt;&lt;/div&gt;&lt;/div&gt;&lt;/div&gt;&lt;div&gt;&lt;font style=&quot;font-size: 14px;&quot;&gt;&lt;b&gt;Save Protection&amp;nbsp;&lt;/b&gt;&lt;/font&gt;&lt;/div&gt;&lt;div&gt;&lt;font style=&quot;font-size: 14px;&quot;&gt;Two mechanisms enfore tenant integrity when writing data:&lt;/font&gt;&lt;/div&gt;&lt;div&gt;&lt;font style=&quot;font-size: 14px;&quot;&gt;&lt;br&gt;&lt;/font&gt;&lt;/div&gt;&lt;div&gt;&lt;font style=&quot;font-size: 14px;&quot;&gt;&lt;b&gt;TenantEntityInterceptor&lt;/b&gt;&lt;/font&gt;&lt;/div&gt;&lt;div&gt;&lt;font style=&quot;font-size: 14px;&quot;&gt;On insert, it automatically assigns the current TenantId to new entities.&lt;/font&gt;&lt;/div&gt;&lt;div&gt;&lt;font style=&quot;font-size: 14px;&quot;&gt;Example: db.Add(order)&lt;/font&gt;&lt;/div&gt;&lt;div&gt;&lt;font style=&quot;font-size: 14px;&quot;&gt;becomes: order.TenantId = CurrentTenantId;&lt;/font&gt;&lt;/div&gt;&lt;div&gt;&lt;br&gt;&lt;/div&gt;&lt;div&gt;&lt;font style=&quot;font-size: 14px;&quot;&gt;&lt;b&gt;TenantSaveChangesValidator&lt;/b&gt;&lt;/font&gt;&lt;/div&gt;&lt;div&gt;&lt;font style=&quot;font-size: 14px;&quot;&gt;Before saving, it verifies that an entity&#39;s TenantId matches the current tenant.&lt;/font&gt;&lt;/div&gt;&lt;div&gt;&lt;font style=&quot;font-size: 14px;&quot;&gt;If someones attempts to change an entity&#39;s tenant: order.TenantId = AnotherTenant;&lt;/font&gt;&lt;/div&gt;&lt;div&gt;&lt;font style=&quot;font-size: 14px;&quot;&gt;the save is blocked.&lt;/font&gt;&lt;/div&gt;&lt;div&gt;&lt;font style=&quot;font-size: 14px;&quot;&gt;This prevents tenant switching attacks.&lt;/font&gt;&lt;/div&gt;&lt;div&gt;&lt;font style=&quot;font-size: 14px;&quot;&gt;&lt;b&gt;&lt;br&gt;&lt;/b&gt;&lt;/font&gt;&lt;/div&gt;&lt;div&gt;&lt;font style=&quot;font-size: 14px;&quot;&gt;&lt;br&gt;&lt;/font&gt;&lt;/div&gt;&lt;div&gt;&lt;font style=&quot;font-size: 14px;&quot;&gt;&lt;br&gt;&lt;/font&gt;&lt;/div&gt;&lt;/div&gt;" vertex="1">
          <mxGeometry height="1240" width="640" x="1080" y="80" as="geometry" />
        </mxCell>
-         <mxCell id="J-zNke_tOppB5j2uJXzS-61" parent="1" style="text;html=1;whiteSpace=wrap;strokeColor=none;fillColor=none;align=left;verticalAlign=middle;rounded=0;" value="&lt;div&gt;&lt;font style=&quot;font-size: 14px;&quot;&gt;&lt;b&gt;Middleware Order&lt;/b&gt;&lt;/font&gt;&lt;/div&gt;&lt;div&gt;&lt;font style=&quot;font-size: 14px;&quot;&gt;The request pipeline is carefully ordered:&lt;/font&gt;&lt;/div&gt;&lt;div&gt;&lt;ol&gt;&lt;li&gt;&lt;font style=&quot;font-size: 14px;&quot;&gt;Exception Handler&lt;/font&gt;&lt;/li&gt;&lt;li&gt;&lt;font style=&quot;font-size: 14px;&quot;&gt;HTTPS&lt;/font&gt;&lt;/li&gt;&lt;li&gt;&lt;font style=&quot;font-size: 14px;&quot;&gt;Authentication&lt;/font&gt;&lt;/li&gt;&lt;li&gt;&lt;font style=&quot;font-size: 14px;&quot;&gt;Tenant Resolution&lt;/font&gt;&lt;/li&gt;&lt;li&gt;&lt;font style=&quot;font-size: 14px;&quot;&gt;Tenant Validation&lt;/font&gt;&lt;/li&gt;&lt;li&gt;&lt;font style=&quot;font-size: 14px;&quot;&gt;Authorization&lt;/font&gt;&lt;/li&gt;&lt;li&gt;&lt;font style=&quot;font-size: 14px;&quot;&gt;Controllers&lt;/font&gt;&lt;/li&gt;&lt;/ol&gt;&lt;div&gt;&lt;font style=&quot;font-size: 14px;&quot;&gt;The order matters because:&lt;/font&gt;&lt;/div&gt;&lt;div&gt;&lt;ol&gt;&lt;li&gt;&lt;font style=&quot;font-size: 14px;&quot;&gt;Authentication provides user identity (e.g., JWT claims).&lt;/font&gt;&lt;/li&gt;&lt;li&gt;&lt;font style=&quot;font-size: 14px;&quot;&gt;Tenant Resolution may use that identity to determine the tenant.&lt;/font&gt;&lt;/li&gt;&lt;li&gt;&lt;font style=&quot;font-size: 14px;&quot;&gt;Tenant Validation confirms the tenant is valid and active.&lt;/font&gt;&lt;/li&gt;&lt;li&gt;&lt;font style=&quot;font-size: 14px;&quot;&gt;Authorization then checks permissions within the correct tenant context.&lt;/font&gt;&lt;/li&gt;&lt;/ol&gt;&lt;div&gt;&lt;font style=&quot;font-size: 14px;&quot;&gt;&lt;b&gt;Key Design Principles&lt;/b&gt;&lt;/font&gt;&lt;/div&gt;&lt;div&gt;&lt;font style=&quot;font-size: 14px;&quot;&gt;The architecture consistently follows these principles:&lt;/font&gt;&lt;/div&gt;&lt;div&gt;&lt;ul&gt;&lt;li&gt;&lt;font style=&quot;font-size: 14px;&quot;&gt;&lt;b&gt;Separation of concerns&lt;/b&gt;: Each layer has a single responsibility.&lt;/font&gt;&lt;/li&gt;&lt;li&gt;&lt;font style=&quot;font-size: 14px;&quot;&gt;&lt;b&gt;Framework independence&lt;/b&gt;: Application and Domain are isolated from ASP.NET Core and authentication details.&lt;/font&gt;&lt;/li&gt;&lt;li&gt;&lt;font style=&quot;font-size: 14px;&quot;&gt;&lt;b&gt;Security by default&lt;/b&gt;: Tenant isolation is enforced at the request level (resolution/validation) and data level (query filter and save validation)&lt;/font&gt;&lt;/li&gt;&lt;li&gt;&lt;font style=&quot;font-size: 14px;&quot;&gt;&lt;b&gt;Extensibility&lt;/b&gt;: New tenant resolution mechanisms can be added by implementing &lt;i&gt;ITenantResolutionStrategy &lt;/i&gt;without changing the pipeline.&lt;/font&gt;&lt;/li&gt;&lt;li&gt;&lt;font style=&quot;font-size: 14px;&quot;&gt;&lt;b&gt;Maintanability&lt;/b&gt;: Middleware orchestrates, Infrastructure handles technical details, and business logic remains in the Application layer.&lt;/font&gt;&lt;/li&gt;&lt;/ul&gt;&lt;div&gt;&lt;font style=&quot;font-size: 14px;&quot;&gt;Overall, this is a well-structured, production-oriented multi-tenant architecture that prioritizes correctness, security, and&amp;nbsp;&lt;/font&gt;&lt;/div&gt;&lt;div&gt;&lt;font style=&quot;font-size: 14px;&quot;&gt;clean boundaries over unnecessary complexity.&lt;/font&gt;&lt;/div&gt;&lt;/div&gt;&lt;/div&gt;&lt;/div&gt;" vertex="1">
-           <mxGeometry height="520" width="750" x="1800" y="80" as="geometry" />
+         <mxCell id="J-zNke_tOppB5j2uJXzS-61" parent="1" style="text;html=1;whiteSpace=wrap;strokeColor=none;fillColor=none;align=left;verticalAlign=middle;rounded=0;" value="&lt;div&gt;&lt;font style=&quot;font-size: 14px;&quot;&gt;&lt;b&gt;Middleware Order&lt;/b&gt;&lt;/font&gt;&lt;/div&gt;&lt;div&gt;&lt;font style=&quot;font-size: 14px;&quot;&gt;The request pipeline is carefully ordered:&lt;/font&gt;&lt;/div&gt;&lt;div&gt;&lt;ol&gt;&lt;li&gt;&lt;font style=&quot;font-size: 14px;&quot;&gt;Exception Handler&lt;/font&gt;&lt;/li&gt;&lt;li&gt;&lt;font style=&quot;font-size: 14px;&quot;&gt;HTTPS&lt;/font&gt;&lt;/li&gt;&lt;li&gt;&lt;font style=&quot;font-size: 14px;&quot;&gt;Authentication&lt;/font&gt;&lt;/li&gt;&lt;li&gt;&lt;font style=&quot;font-size: 14px;&quot;&gt;Tenant Resolution&lt;/font&gt;&lt;/li&gt;&lt;li&gt;&lt;font style=&quot;font-size: 14px;&quot;&gt;Tenant Validation&lt;/font&gt;&lt;/li&gt;&lt;li&gt;&lt;font style=&quot;font-size: 14px;&quot;&gt;Authorization&lt;/font&gt;&lt;/li&gt;&lt;li&gt;&lt;font style=&quot;font-size: 14px;&quot;&gt;Controllers&lt;/font&gt;&lt;/li&gt;&lt;/ol&gt;&lt;div&gt;&lt;font style=&quot;font-size: 14px;&quot;&gt;The order matters because:&lt;/font&gt;&lt;/div&gt;&lt;div&gt;&lt;ol&gt;&lt;li&gt;&lt;font style=&quot;font-size: 14px;&quot;&gt;Authentication provides user identity (e.g., JWT claims).&lt;/font&gt;&lt;/li&gt;&lt;li&gt;&lt;font style=&quot;font-size: 14px;&quot;&gt;Tenant Resolution may use that identity to determine the tenant.&lt;/font&gt;&lt;/li&gt;&lt;li&gt;&lt;font style=&quot;font-size: 14px;&quot;&gt;Tenant Validation confirms the tenant is valid and active.&lt;/font&gt;&lt;/li&gt;&lt;li&gt;&lt;font style=&quot;font-size: 14px;&quot;&gt;Authorization then checks permissions within the correct tenant context.&lt;/font&gt;&lt;/li&gt;&lt;/ol&gt;&lt;div&gt;&lt;h1 data-section-id=&quot;o1iqxw&quot; data-start=&quot;7176&quot; data-end=&quot;7232&quot; class=&quot;PDq2pG_selectionAnchorContainer&quot;&gt;&lt;font style=&quot;font-size: 14px;&quot;&gt;Future Enhancements (Not for Immediate Implementation)&lt;span aria-hidden=&quot;true&quot; class=&quot;PDq2pG_selectionAnchor&quot;&gt;&lt;/span&gt;&lt;/font&gt;&lt;/h1&gt;&lt;p data-start=&quot;7234&quot; data-end=&quot;7299&quot;&gt;&lt;font style=&quot;font-size: 14px;&quot;&gt;These are intentionally deferred until the core system is stable:&lt;/font&gt;&lt;/p&gt;&lt;ul data-start=&quot;7301&quot; data-end=&quot;7619&quot;&gt;&lt;li data-section-id=&quot;b3d0h2&quot; data-start=&quot;7301&quot; data-end=&quot;7335&quot;&gt;&lt;font style=&quot;font-size: 14px;&quot;&gt;Redis caching for tenant lookups&lt;br&gt;&lt;/font&gt;&lt;/li&gt;&lt;li data-section-id=&quot;x12wyf&quot; data-start=&quot;7336&quot; data-end=&quot;7365&quot;&gt;&lt;font style=&quot;font-size: 14px;&quot;&gt;Tenant onboarding workflows&lt;br&gt;&lt;/font&gt;&lt;/li&gt;&lt;li data-section-id=&quot;1yfbgqa&quot; data-start=&quot;7366&quot; data-end=&quot;7424&quot;&gt;&lt;font style=&quot;font-size: 14px;&quot;&gt;Tenant lifecycle management (Active, Suspended, Deleted)&lt;br&gt;&lt;/font&gt;&lt;/li&gt;&lt;li data-section-id=&quot;vbb6ar&quot; data-start=&quot;7425&quot; data-end=&quot;7440&quot;&gt;&lt;font style=&quot;font-size: 14px;&quot;&gt;Feature flags&lt;br&gt;&lt;/font&gt;&lt;/li&gt;&lt;li data-section-id=&quot;1i61bix&quot; data-start=&quot;7441&quot; data-end=&quot;7467&quot;&gt;&lt;font style=&quot;font-size: 14px;&quot;&gt;Quotas and rate limiting&lt;br&gt;&lt;/font&gt;&lt;/li&gt;&lt;li data-section-id=&quot;1dtgmuw&quot; data-start=&quot;7468&quot; data-end=&quot;7492&quot;&gt;&lt;font style=&quot;font-size: 14px;&quot;&gt;Improved audit logging&lt;br&gt;&lt;/font&gt;&lt;/li&gt;&lt;li data-section-id=&quot;utukzg&quot; data-start=&quot;7493&quot; data-end=&quot;7536&quot;&gt;&lt;font style=&quot;font-size: 14px;&quot;&gt;Background job tenant context propagation&lt;br&gt;&lt;/font&gt;&lt;/li&gt;&lt;li data-section-id=&quot;1sox66r&quot; data-start=&quot;7537&quot; data-end=&quot;7562&quot;&gt;&lt;font style=&quot;font-size: 14px;&quot;&gt;Cross-tenant admin mode&lt;br&gt;&lt;/font&gt;&lt;/li&gt;&lt;li data-section-id=&quot;1n6ah3d&quot; data-start=&quot;7563&quot; data-end=&quot;7590&quot;&gt;&lt;font style=&quot;font-size: 14px;&quot;&gt;Data migration strategies&lt;br&gt;&lt;/font&gt;&lt;/li&gt;&lt;li data-section-id=&quot;wg04r4&quot; data-start=&quot;7591&quot; data-end=&quot;7619&quot;&gt;&lt;font style=&quot;font-size: 14px;&quot;&gt;Better integration testing&lt;br&gt;&lt;/font&gt;&lt;/li&gt;&lt;/ul&gt;&lt;p data-start=&quot;7621&quot; data-end=&quot;7714&quot;&gt;&lt;font style=&quot;font-size: 14px;&quot;&gt;The instruction is to &lt;strong data-start=&quot;7643&quot; data-end=&quot;7673&quot;&gt;review before implementing&lt;/strong&gt; and avoid adding complexity prematurely.&lt;/font&gt;&lt;/p&gt;&lt;/div&gt;&lt;div&gt;&lt;font style=&quot;font-size: 14px;&quot;&gt;&lt;b&gt;Key Design Principles&lt;/b&gt;&lt;/font&gt;&lt;/div&gt;&lt;div&gt;&lt;font style=&quot;font-size: 14px;&quot;&gt;The architecture consistently follows these principles:&lt;/font&gt;&lt;/div&gt;&lt;div&gt;&lt;ul&gt;&lt;li&gt;&lt;font style=&quot;font-size: 14px;&quot;&gt;&lt;b&gt;Separation of concerns&lt;/b&gt;: Each layer has a single responsibility.&lt;/font&gt;&lt;/li&gt;&lt;li&gt;&lt;font style=&quot;font-size: 14px;&quot;&gt;&lt;b&gt;Framework independence&lt;/b&gt;: Application and Domain are isolated from ASP.NET Core and authentication details.&lt;/font&gt;&lt;/li&gt;&lt;li&gt;&lt;font style=&quot;font-size: 14px;&quot;&gt;&lt;b&gt;Security by default&lt;/b&gt;: Tenant isolation is enforced at the request level (resolution/validation) and data level (query filter and save validation)&lt;/font&gt;&lt;/li&gt;&lt;li&gt;&lt;font style=&quot;font-size: 14px;&quot;&gt;&lt;b&gt;Extensibility&lt;/b&gt;: New tenant resolution mechanisms can be added by implementing &lt;i&gt;ITenantResolutionStrategy &lt;/i&gt;without changing the pipeline.&lt;/font&gt;&lt;/li&gt;&lt;li&gt;&lt;font style=&quot;font-size: 14px;&quot;&gt;&lt;b&gt;Maintanability&lt;/b&gt;: Middleware orchestrates, Infrastructure handles technical details, and business logic remains in the Application layer.&lt;/font&gt;&lt;/li&gt;&lt;/ul&gt;&lt;div&gt;&lt;font style=&quot;font-size: 14px;&quot;&gt;Overall, this is a well-structured, production-oriented multi-tenant architecture that prioritizes correctness, security, and&amp;nbsp;&lt;/font&gt;&lt;/div&gt;&lt;div&gt;&lt;font style=&quot;font-size: 14px;&quot;&gt;clean boundaries over unnecessary complexity.&lt;/font&gt;&lt;/div&gt;&lt;/div&gt;&lt;/div&gt;&lt;/div&gt;" vertex="1">
+           <mxGeometry height="800" width="750" x="1800" y="80" as="geometry" />
        </mxCell>
      </root>
    </mxGraphModel>
  </diagram>
</mxfile>
